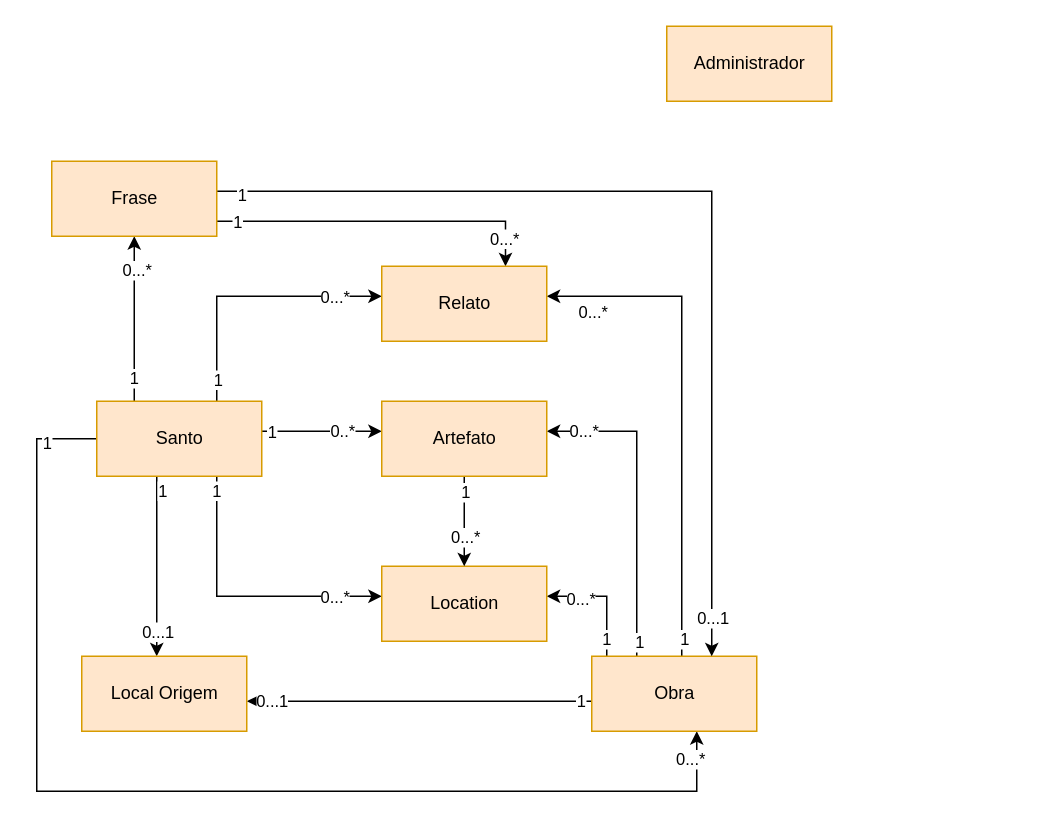
This is page "Conceptual Model" (1 of 2) of Documentation/Untitled Diagram.drawio from the-catholics/Saints-API, a draw.io file, before an edit. Source tidied: cells renumbered, new cells numbered last; positions are measured from the earlier drawing's top-left corner, leaving out a move shared by most shapes. Both pictures are drawn from the tidied source at 150%, with x=0, y=0 at pixel (36, 26).
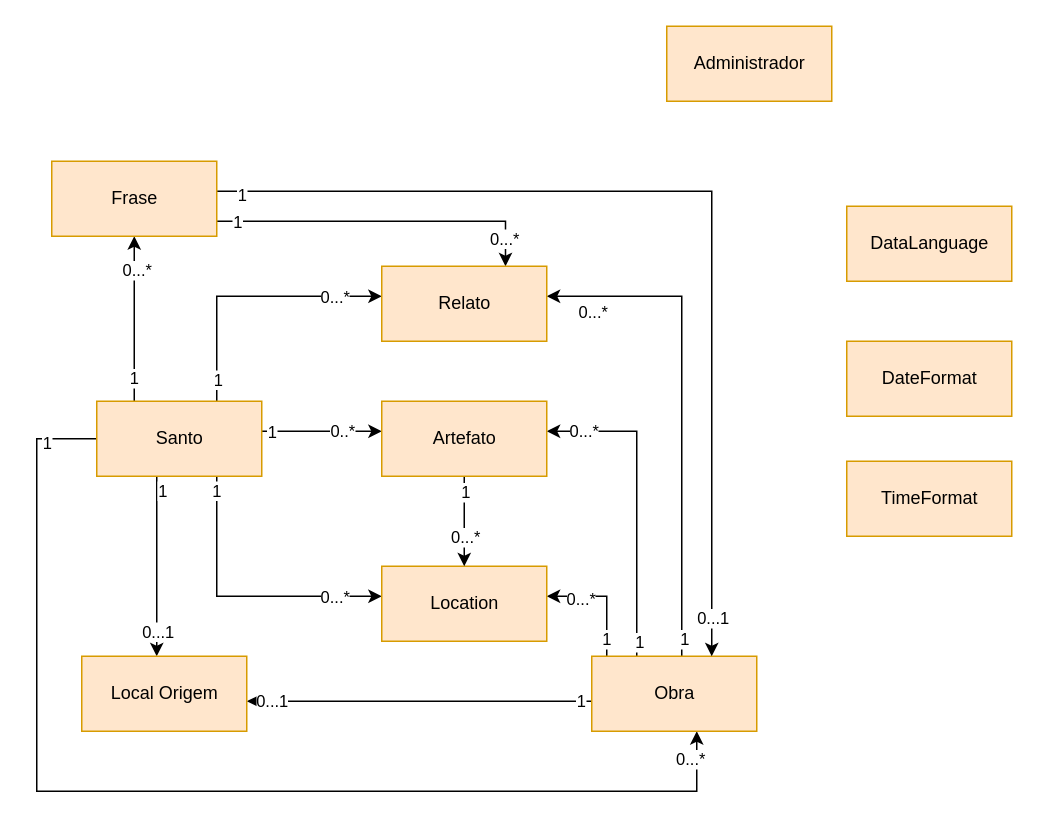
Above is the later version.

The edit, as a diff of the source:
```diff
@@
+    <mxCell id="49" value="DateFormat" style="html=1;fillColor=#ffe6cc;strokeColor=#d79b00;" parent="1" vertex="1">
+      <mxGeometry x="540" y="210" width="110" height="50" as="geometry" />
+    </mxCell>
+    <mxCell id="50" value="TimeFormat" style="html=1;fillColor=#ffe6cc;strokeColor=#d79b00;" parent="1" vertex="1">
+      <mxGeometry x="540" y="290" width="110" height="50" as="geometry" />
+    </mxCell>
+    <mxCell id="51" value="DataLanguage" style="html=1;fillColor=#ffe6cc;strokeColor=#d79b00;" parent="1" vertex="1">
+      <mxGeometry x="540" y="120" width="110" height="50" as="geometry" />
+    </mxCell>
```
